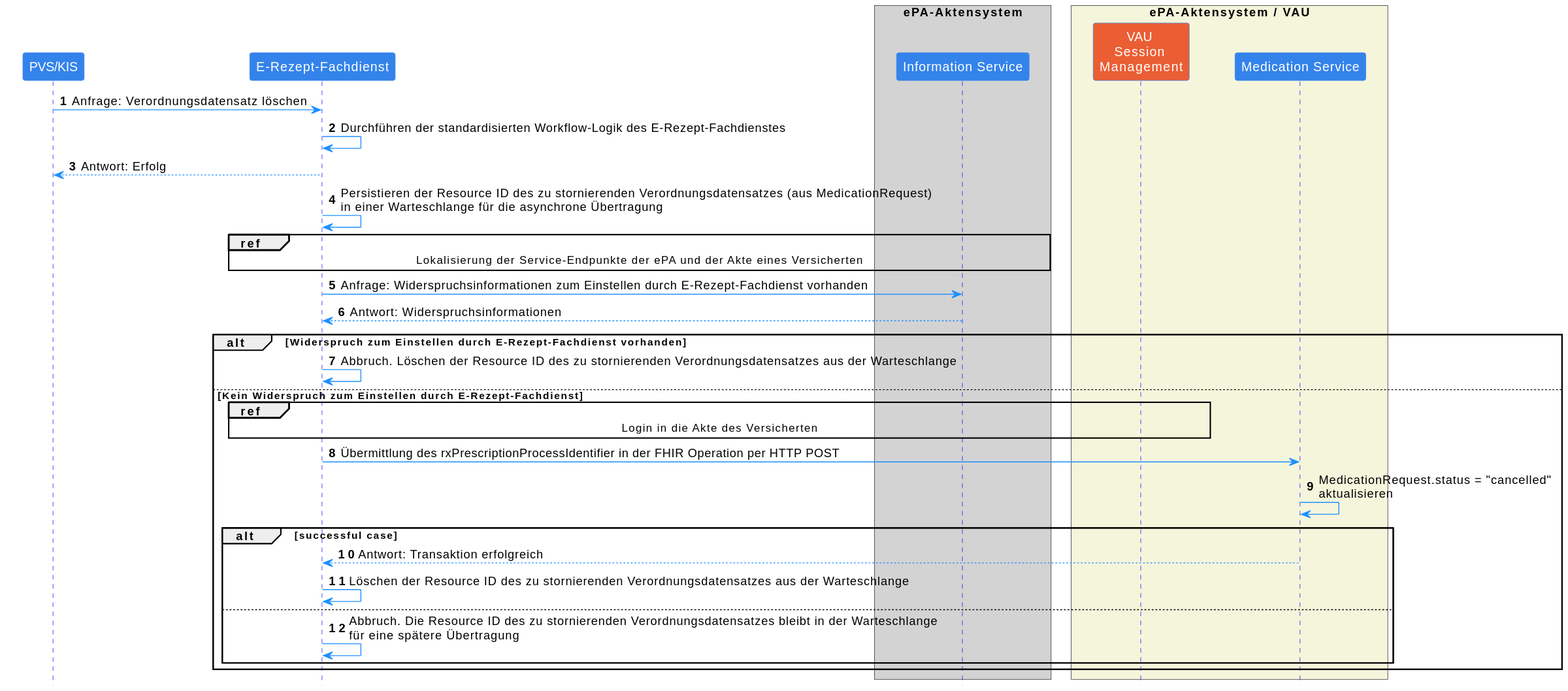
Before: images/plantuml/medicationmanagement.cancel.request.svg, a diagram exported from PlantUML (gematik/ePA-Medication).
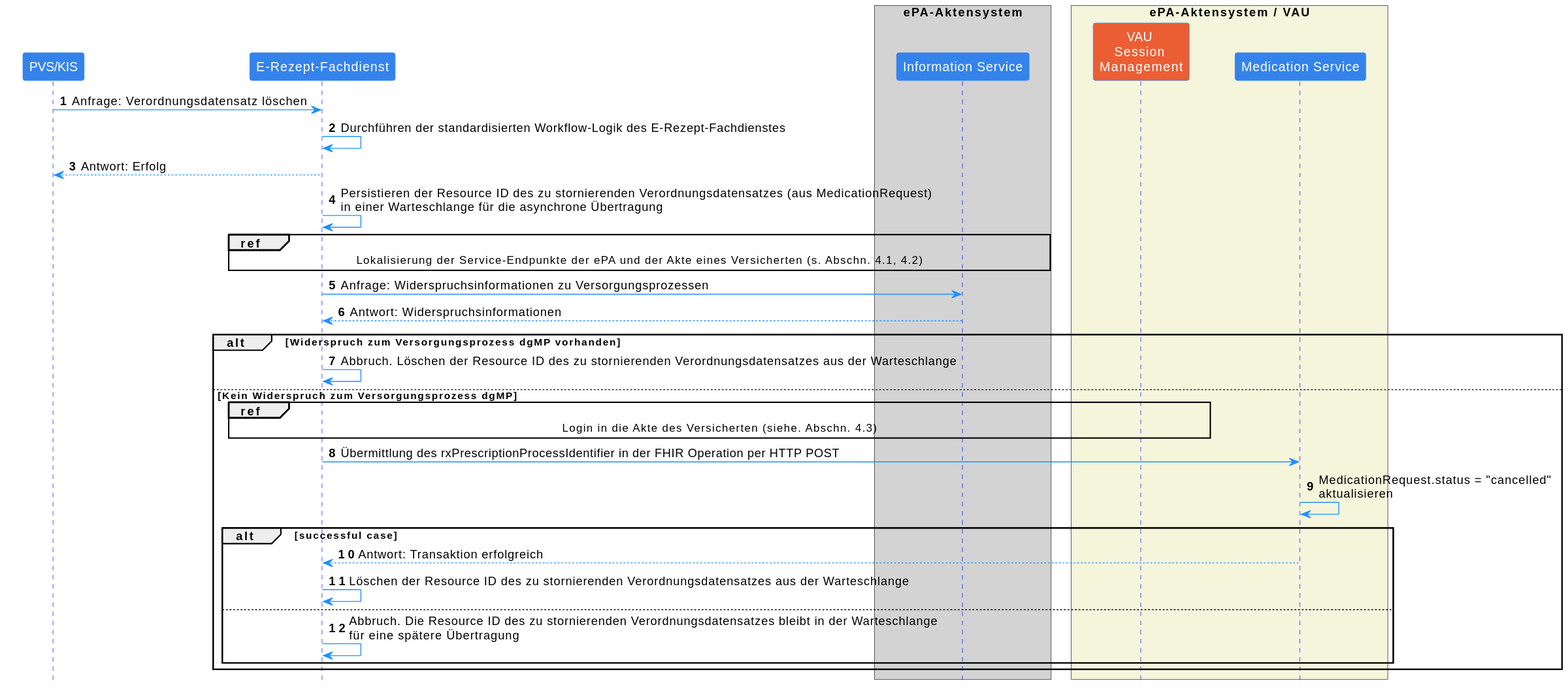
After the commit.

The edit, as a diff of the source:
```diff
@@ -1,4 +1,5 @@
 @startuml
+
 skinparam Shadowing false
 skinparam ParticipantPadding 20
 skinparam BoxPadding 10
@@ -39,16 +40,16 @@
 
 ERFD -> ERFD: Persistieren der Resource ID des zu stornierenden Verordnungsdatensatzes (aus MedicationRequest)\nin einer Warteschlange für die asynchrone Übertragung
 
-ref over ERFD, IS: Lokalisierung der Service-Endpunkte der ePA und der Akte eines Versicherten
+ref over ERFD, IS: Lokalisierung der Service-Endpunkte der ePA und der Akte eines Versicherten (s. Abschn. 4.1, 4.2)
 
-ERFD -> IS: Anfrage: Widerspruchsinformationen zum Einstellen durch E-Rezept-Fachdienst vorhanden
+ERFD -> IS: Anfrage: Widerspruchsinformationen zu Versorgungsprozessen
 IS --> ERFD: Antwort: Widerspruchsinformationen
 
-alt Widerspruch zum Einstellen durch E-Rezept-Fachdienst vorhanden
+alt Widerspruch zum Versorgungsprozess dgMP vorhanden
     ERFD -> ERFD: Abbruch. Löschen der Resource ID des zu stornierenden Verordnungsdatensatzes aus der Warteschlange
-else Kein Widerspruch zum Einstellen durch E-Rezept-Fachdienst
+else Kein Widerspruch zum Versorgungsprozess dgMP
 
-    ref over ERFD, VAU: Login in die Akte des Versicherten
+    ref over ERFD, VAU: Login in die Akte des Versicherten (siehe. Abschn. 4.3)
 
     ERFD -> EPA: Übermittlung des rxPrescriptionProcessIdentifier in der FHIR Operation per HTTP POST
     EPA -> EPA: MedicationRequest.status = "cancelled"\naktualisieren
@@ -61,4 +62,5 @@
     end
 
 end
+
 @enduml
```
